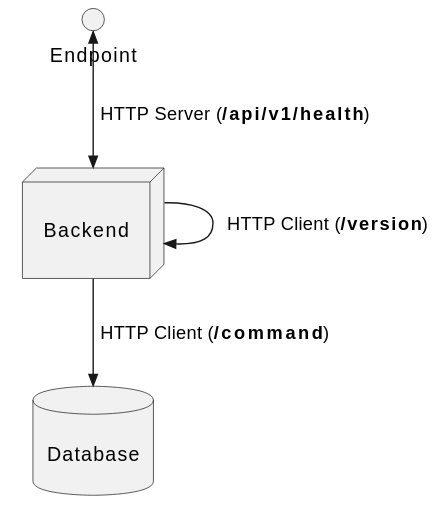
The PlantUML diagram docs/images/health-endpoint.svg in ulbmuenster/dataasee, before a commit.
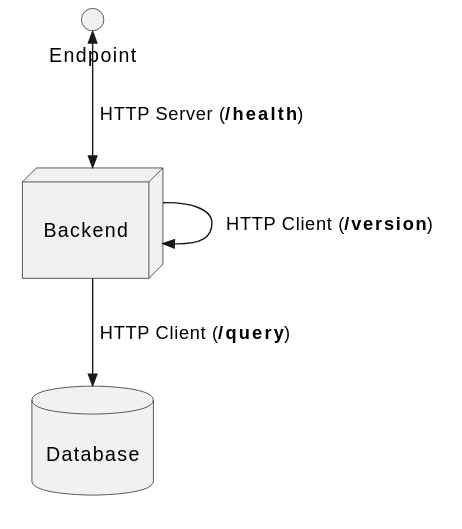
After the commit.

The edit, as a diff of the source:
```diff
@@ -15,7 +15,7 @@
 
 ]
 
-endpoint <<-->> backend : " HTTP Server (<b>/api/v1/health</b>)"
+endpoint <<-->> backend : " HTTP Server (<b>/health</b>)"
 backend -->> backend : " HTTP Client (<b>/version</b>)"
-backend -->> database : " HTTP Client (<b>/command</b>)"
+backend -->> database : " HTTP Client (<b>/query</b>)"
 @enduml
```
